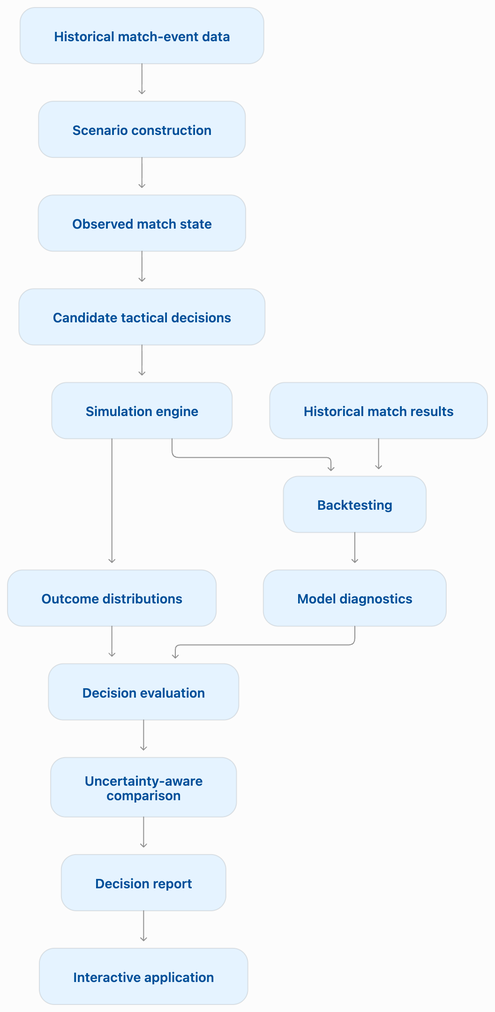
chizkidd/fergie-time-analytics keeps this Mermaid diagram as assets/architecture.png. Above is the earlier version. Its source is kept beside it as assets/architecture.mmd.
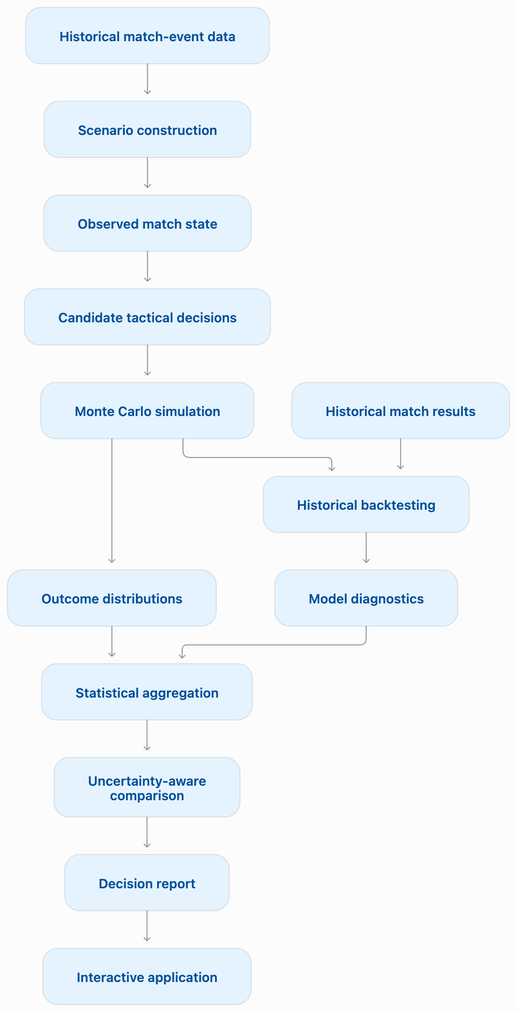
After the commit.

What changed in the source:
```diff
@@ -2,14 +2,14 @@
     A["Historical match-event data"] --> B["Scenario construction"]
     B --> C["Observed match state"]
     C --> D["Candidate tactical decisions"]
-    D --> E["Simulation engine"]
+    D --> E["Monte Carlo simulation"]
     E --> F["Outcome distributions"]
-    F --> G["Decision evaluation"]
+    F --> G["Statistical aggregation"]
     G --> H["Uncertainty-aware comparison"]
     H --> I["Decision report"]
     I --> J["Interactive application"]
 
-    K["Historical match results"] --> L["Backtesting"]
+    K["Historical match results"] --> L["Historical backtesting"]
     E --> L
     L --> M["Model diagnostics"]
     M --> G
```
